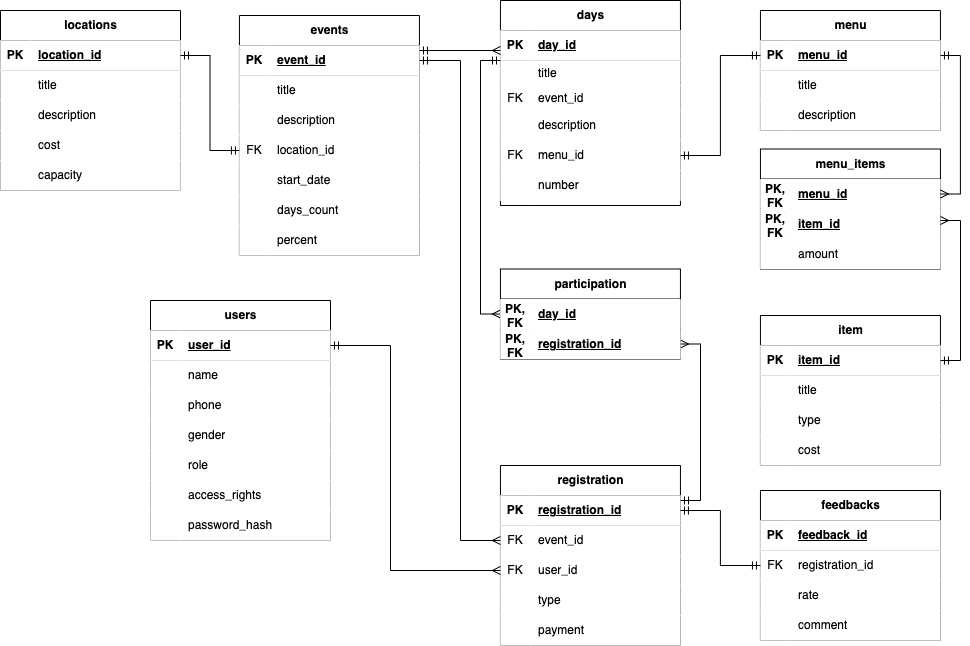
This is docs/database/v1/images/db.png from Kori-Tamashi/Eventor, a draw.io export, as it was before one commit. Source tidied: cells renumbered, new cells last; positions are measured from the earlier drawing's top-left corner, leaving out a move shared by most shapes.
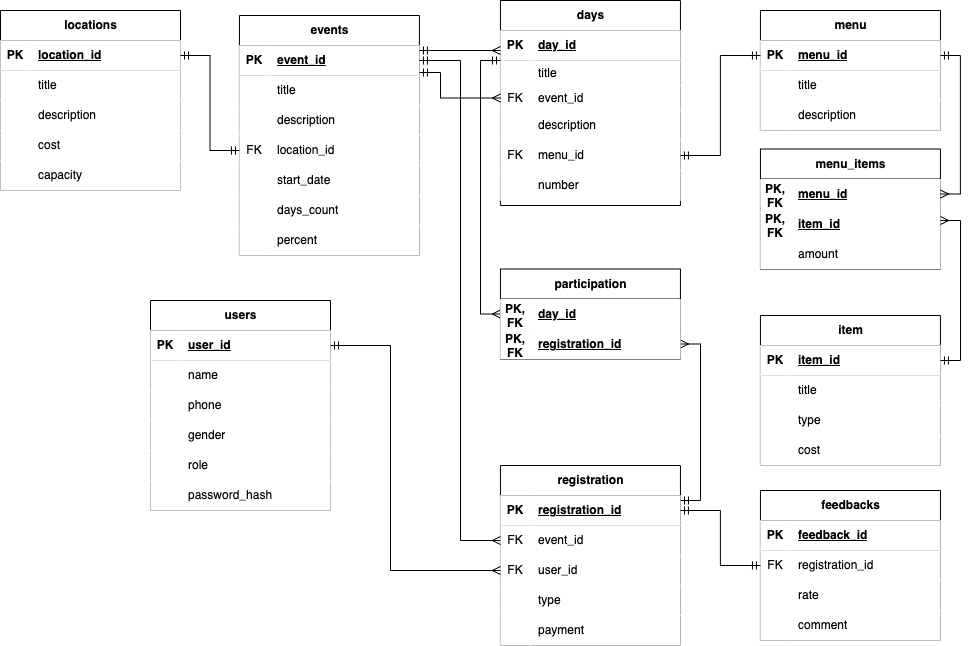
After the commit.

Change to the diagram source:
```diff
@@ -297,7 +297,7 @@
       <mxGeometry relative="1" as="geometry" />
     </mxCell>
     <mxCell id="97" value="users" style="shape=table;startSize=30;rowLines=0;fontStyle=1;align=center;html=1;" parent="1" vertex="1">
-      <mxGeometry x="150" y="300" width="180" height="240" as="geometry" />
+      <mxGeometry x="150" y="300" width="180" height="210" as="geometry" />
     </mxCell>
     <mxCell id="98" style="shape=tableRow;horizontal=0;startSize=0;swimlaneHead=0;swimlaneBody=0;points=[[0,0.5],[1,0.5]];portConstraint=eastwest;top=0;left=0;right=0;bottom=1;" parent="97" vertex="1">
       <mxGeometry y="30" width="180" height="30" as="geometry" />
@@ -344,17 +344,8 @@
     <mxCell id="112" value="role" style="shape=partialRectangle;top=0;left=0;bottom=0;right=0;align=left;spacingLeft=6;overflow=hidden;whiteSpace=wrap;html=1;" parent="110" vertex="1">
       <mxGeometry x="30" width="150" height="30" as="geometry" />
     </mxCell>
-    <mxCell id="113" style="shape=tableRow;horizontal=0;startSize=0;swimlaneHead=0;swimlaneBody=0;top=0;left=0;right=0;bottom=0;" parent="97" vertex="1">
-      <mxGeometry y="180" width="180" height="30" as="geometry" />
-    </mxCell>
-    <mxCell id="114" style="shape=partialRectangle;top=0;left=0;bottom=0;right=0;overflow=hidden;whiteSpace=wrap;html=1;" parent="113" vertex="1">
-      <mxGeometry width="30" height="30" as="geometry" />
-    </mxCell>
-    <mxCell id="115" value="access_rights" style="shape=partialRectangle;top=0;left=0;bottom=0;right=0;align=left;spacingLeft=6;overflow=hidden;whiteSpace=wrap;html=1;" parent="113" vertex="1">
-      <mxGeometry x="30" width="150" height="30" as="geometry" />
-    </mxCell>
     <mxCell id="116" style="shape=tableRow;horizontal=0;startSize=0;swimlaneHead=0;swimlaneBody=0;top=0;left=0;right=0;bottom=0;" parent="97" vertex="1">
-      <mxGeometry y="210" width="180" height="30" as="geometry" />
+      <mxGeometry y="180" width="180" height="30" as="geometry" />
     </mxCell>
     <mxCell id="117" style="shape=partialRectangle;top=0;left=0;bottom=0;right=0;overflow=hidden;whiteSpace=wrap;html=1;" parent="116" vertex="1">
       <mxGeometry width="30" height="30" as="geometry" />
@@ -507,5 +498,13 @@
     <mxCell id="159" value="&lt;b&gt;&lt;u&gt;registration_id&lt;/u&gt;&lt;/b&gt;" style="shape=partialRectangle;top=0;left=0;bottom=0;right=0;align=left;spacingLeft=6;overflow=hidden;whiteSpace=wrap;html=1;" parent="157" vertex="1">
       <mxGeometry x="30" width="150" height="30" as="geometry" />
     </mxCell>
+    <mxCell id="160" style="edgeStyle=orthogonalEdgeStyle;rounded=0;jettySize=auto;html=1;exitX=0;exitY=0.5;exitDx=0;exitDy=0;entryX=1;entryY=0.9;entryDx=0;entryDy=0;entryPerimeter=0;startArrow=ERmany;startFill=0;endArrow=ERmandOne;endFill=0;" parent="1" edge="1" source="47" target="19">
+      <mxGeometry relative="1" as="geometry">
+        <Array as="points">
+          <mxPoint x="440" y="98" />
+          <mxPoint x="440" y="72" />
+        </Array>
+      </mxGeometry>
+    </mxCell>
   </root>
 </mxGraphModel>
```
